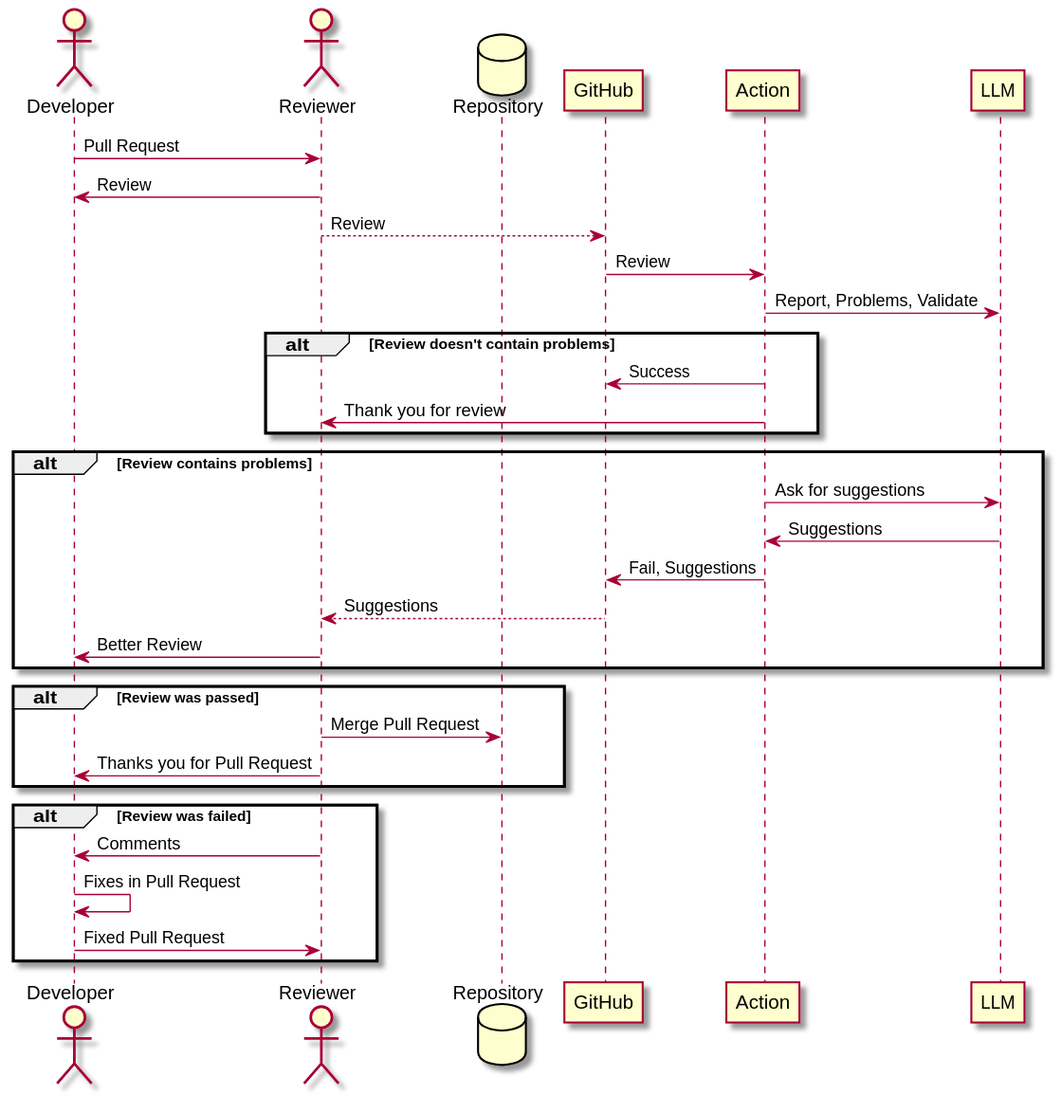
Above: doc/code-review-action.svg in l3r8yJ/dc-presentation (PlantUML), before the change. The source it was exported from:
```plantuml
@startuml
actor Developer as developer
actor Reviewer as reviewer
database Repository as repository
participant GitHub as github
participant Action as action
participant LLM as llm

developer -> reviewer: Pull Request
reviewer -> developer: Review
reviewer --> github: Review
github -> action: Review
action -> llm: Report, Problems, Validate
alt Review doesn't contain problems
action -> github: Success
action -> reviewer: Thank you for review
end
alt Review contains problems
action -> llm: Ask for suggestions
llm -> action: Suggestions
action -> github: Fail, Suggestions
github --> reviewer: Suggestions
reviewer -> developer: Better Review
end
alt Review was passed
reviewer -> repository: Merge Pull Request
reviewer -> developer: Thanks you for Pull Request
end
alt Review was failed
reviewer -> developer: Comments
developer -> developer: Fixes in Pull Request
developer -> reviewer: Fixed Pull Request
end
@enduml
```
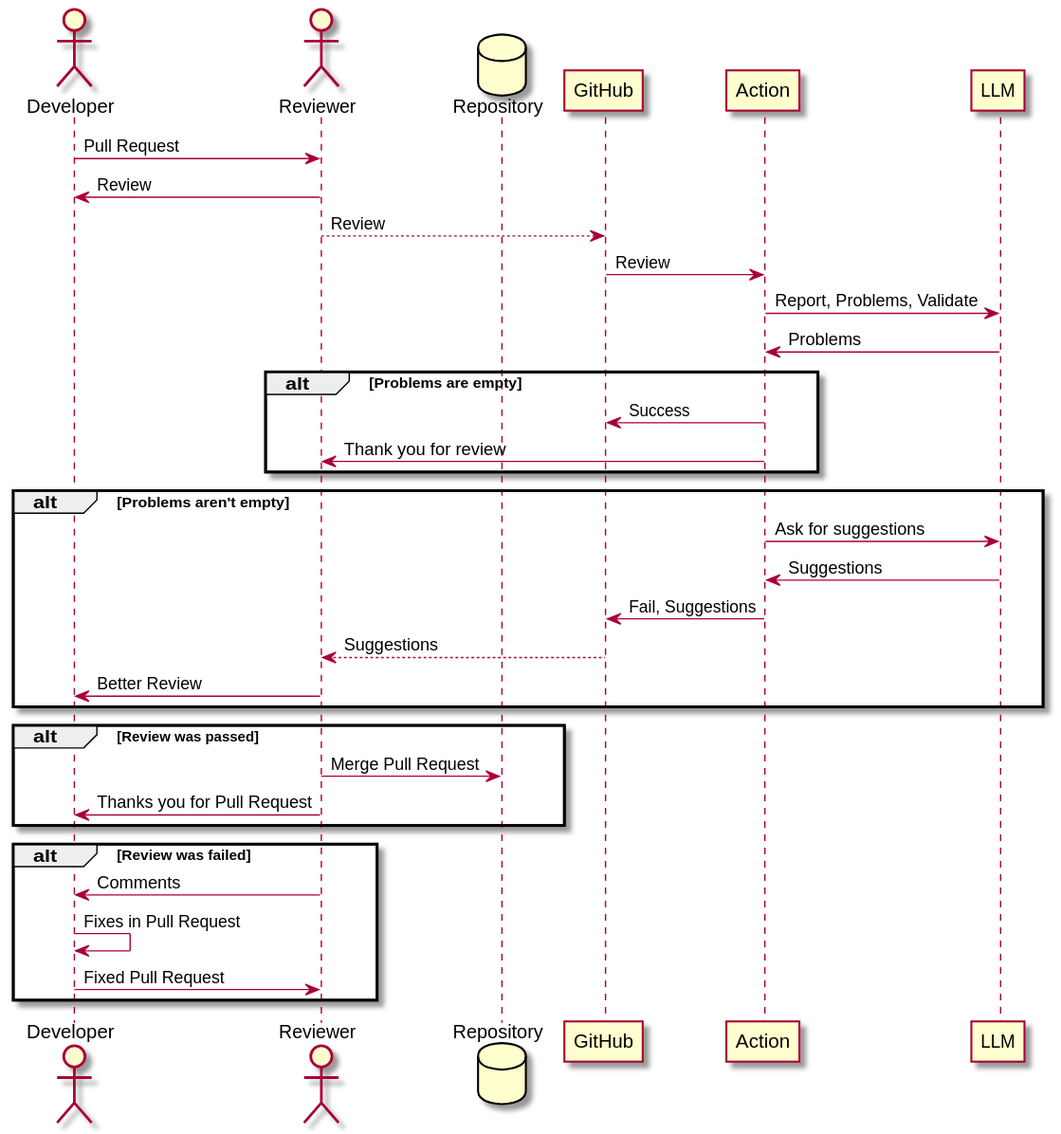
The same file after the commit.

Commit message:
Diagram generated

What changed in the source:
```diff
@@ -11,11 +11,12 @@
 reviewer --> github: Review
 github -> action: Review
 action -> llm: Report, Problems, Validate
-alt Review doesn't contain problems
+llm -> action: Problems
+alt Problems are empty
 action -> github: Success
 action -> reviewer: Thank you for review
 end
-alt Review contains problems
+alt Problems aren't empty
 action -> llm: Ask for suggestions
 llm -> action: Suggestions
 action -> github: Fail, Suggestions
```
